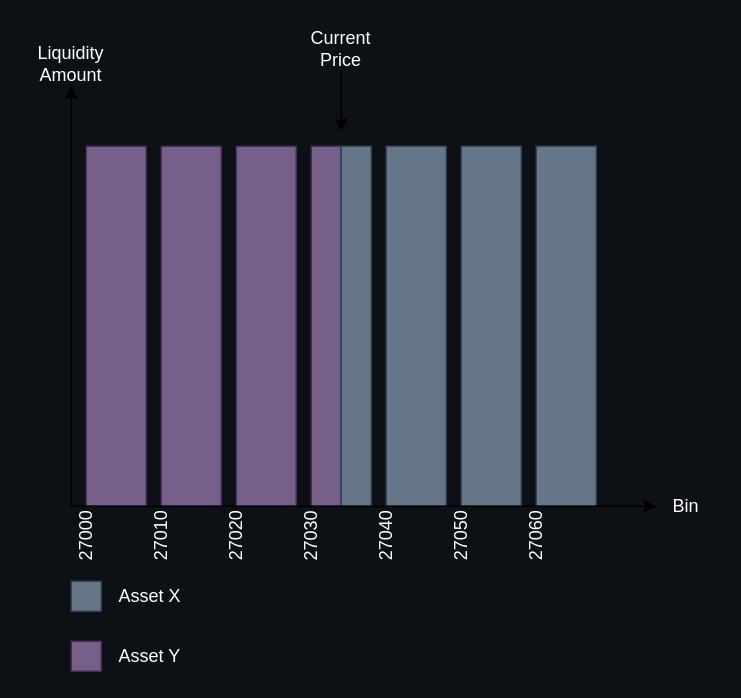
radixdlt/Ignition keeps this draw.io diagram as page "Basic" (1 of 2) of diagrams/caviarnine.drawio. Above is the earlier version. Source tidied: cells renumbered, new cells numbered last; positions are measured from the earlier drawing's top-left corner, leaving out a move shared by most shapes. Both pictures are drawn from the tidied source at 150%, with x=0, y=0 at pixel (26, 26).
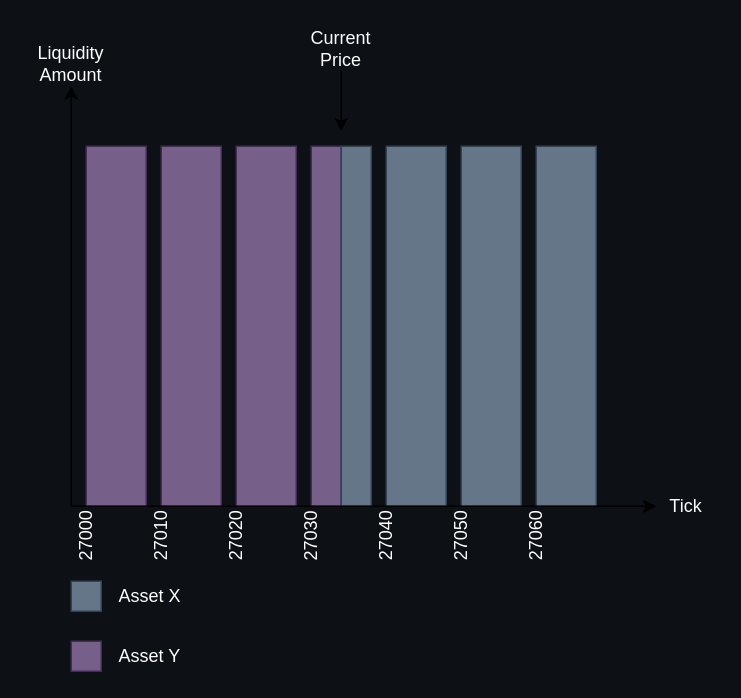
After the change.

Commit message (it also covers changes not shown here):
[Diagrams]: Update diagrams to use "Tick" instead of "Bin"

What changed in the source:
```diff
@@
-    <mxCell id="13" value="Bin" style="text;html=1;strokeColor=none;fillColor=none;align=center;verticalAlign=middle;whiteSpace=wrap;rounded=0;fontFamily=Iosevka;fontColor=#FFFFFF;" parent="1" vertex="1">
+    <mxCell id="13" value="Tick" style="text;html=1;strokeColor=none;fillColor=none;align=center;verticalAlign=middle;whiteSpace=wrap;rounded=0;fontFamily=Iosevka;fontColor=#FFFFFF;" parent="1" vertex="1">
       <mxGeometry x="420" y="300" width="40" height="40" as="geometry" />
     </mxCell>
```
